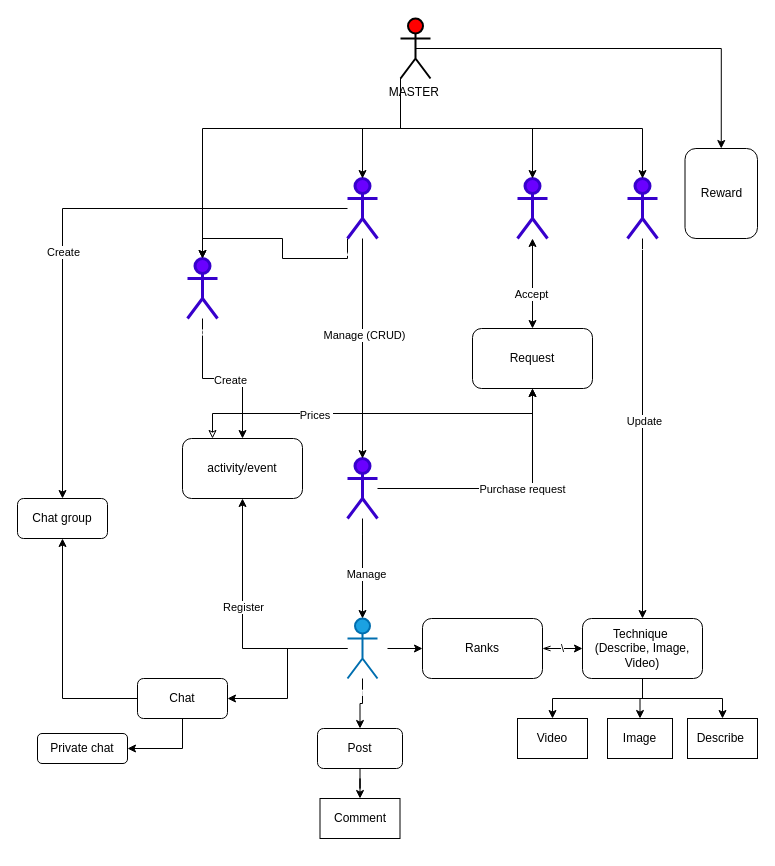
Earlier version of the draw.io diagram SDMAS-CC.drawio (710coud710/Diagram). Source tidied: cells renumbered, new cells numbered last; positions are measured from the earlier drawing's top-left corner, leaving out a move shared by most shapes. Both pictures are drawn from the tidied source at 100%, with x=0, y=0 at pixel (17, 18).
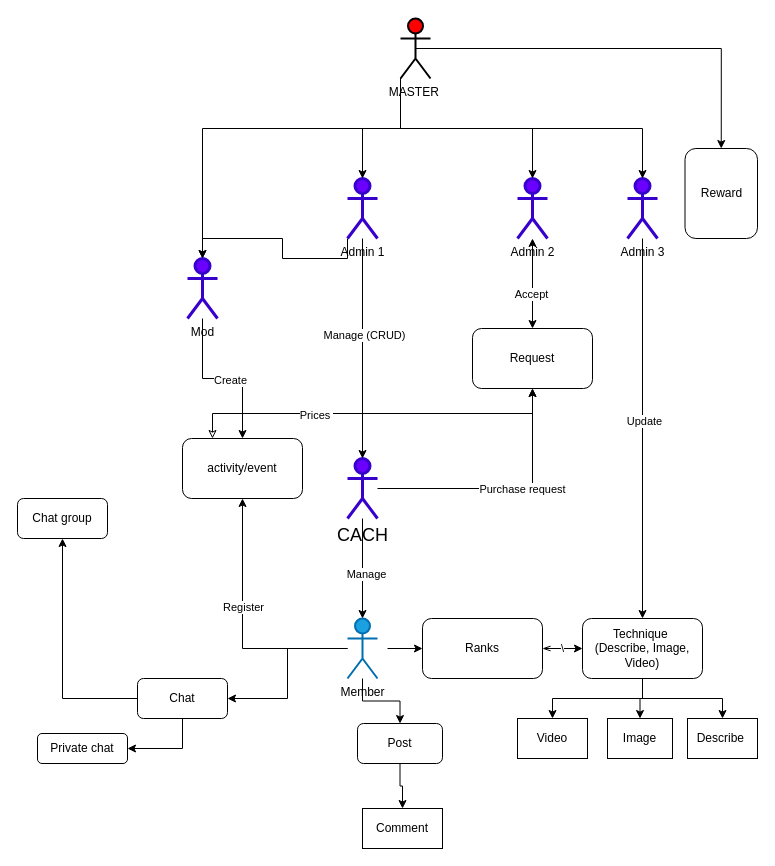
The same diagram, later.

The change refers to these unchanged cells:
```xml
<mxCell id="17" value="Chat group" style="rounded=1;whiteSpace=wrap;html=1;" parent="1" vertex="1">
  <mxGeometry y="480" width="90" height="40" as="geometry" />
</mxCell>
```

The edit, as a diff of the source:
```diff
@@
-    <mxCell id="6" value="Member" style="shape=umlActor;verticalLabelPosition=bottom;verticalAlign=top;html=1;outlineConnect=0;strokeWidth=2;fillColor=#1ba1e2;fontColor=#ffffff;strokeColor=#006EAF;" parent="1" vertex="1">
+    <mxCell id="6" value="Member" style="shape=umlActor;verticalLabelPosition=bottom;verticalAlign=top;html=1;outlineConnect=0;strokeWidth=2;fillColor=#1ba1e2;fontColor=default;strokeColor=#006EAF;" parent="1" vertex="1">
       <mxGeometry x="330" y="600" width="30" height="60" as="geometry" />
     </mxCell>
@@
     <mxCell id="11" value="Post" style="rounded=1;whiteSpace=wrap;html=1;" parent="1" vertex="1">
-      <mxGeometry x="300" y="710" width="85" height="40" as="geometry" />
+      <mxGeometry x="340" y="705" width="85" height="40" as="geometry" />
     </mxCell>
@@
-    <mxCell id="24" value="CACH" style="shape=umlActor;verticalLabelPosition=bottom;verticalAlign=top;html=1;outlineConnect=0;strokeWidth=3;fontSize=18;fontColor=#ffffff;fillColor=#6a00ff;strokeColor=#3700CC;" parent="1" vertex="1">
+    <mxCell id="24" value="CACH" style="shape=umlActor;verticalLabelPosition=bottom;verticalAlign=top;html=1;outlineConnect=0;strokeWidth=3;fontSize=18;fontColor=default;fillColor=#6a00ff;strokeColor=#3700CC;" parent="1" vertex="1">
       <mxGeometry x="330" y="440" width="30" height="60" as="geometry" />
     </mxCell>
@@
-    <mxCell id="32" value="Admin 3" style="shape=umlActor;verticalLabelPosition=bottom;verticalAlign=top;html=1;outlineConnect=0;fillColor=#6a00ff;strokeColor=#3700CC;fontColor=#ffffff;strokeWidth=3;" parent="1" vertex="1">
+    <mxCell id="32" value="Admin 3" style="shape=umlActor;verticalLabelPosition=bottom;verticalAlign=top;html=1;outlineConnect=0;fillColor=#6a00ff;strokeColor=#3700CC;fontColor=default;strokeWidth=3;" parent="1" vertex="1">
       <mxGeometry x="610" y="160" width="30" height="60" as="geometry" />
     </mxCell>
-    <mxCell id="33" style="edgeStyle=orthogonalEdgeStyle;rounded=0;jettySize=auto;html=1;" parent="1" edge="1" source="36" target="17">
-      <mxGeometry relative="1" as="geometry" />
-    </mxCell>
-    <mxCell id="34" value="Create" style="edgeLabel;html=1;align=center;verticalAlign=middle;" parent="33" vertex="1">
-      <mxGeometry x="0.14" relative="1" as="geometry" />
-    </mxCell>
@@
-    <mxCell id="36" value="Admin 1" style="shape=umlActor;verticalLabelPosition=bottom;verticalAlign=top;html=1;outlineConnect=0;fillColor=#6a00ff;strokeColor=#3700CC;fontColor=#ffffff;strokeWidth=3;" parent="1" vertex="1">
+    <mxCell id="36" value="Admin 1" style="shape=umlActor;verticalLabelPosition=bottom;verticalAlign=top;html=1;outlineConnect=0;fillColor=#6a00ff;strokeColor=#3700CC;fontColor=default;strokeWidth=3;" parent="1" vertex="1">
       <mxGeometry x="330" y="160" width="30" height="60" as="geometry" />
     </mxCell>
-    <mxCell id="37" value="Admin 2" style="shape=umlActor;verticalLabelPosition=bottom;verticalAlign=top;html=1;outlineConnect=0;fillColor=#6a00ff;strokeColor=#3700CC;fontColor=#ffffff;strokeWidth=3;" parent="1" vertex="1">
+    <mxCell id="37" value="Admin 2" style="shape=umlActor;verticalLabelPosition=bottom;verticalAlign=top;html=1;outlineConnect=0;fillColor=#6a00ff;strokeColor=#3700CC;fontColor=default;strokeWidth=3;" parent="1" vertex="1">
       <mxGeometry x="500" y="160" width="30" height="60" as="geometry" />
     </mxCell>
@@
-    <mxCell id="40" value="Mod" style="shape=umlActor;verticalLabelPosition=bottom;verticalAlign=top;html=1;outlineConnect=0;fillColor=#6a00ff;fontColor=#ffffff;strokeColor=#3700CC;strokeWidth=3;" parent="1" vertex="1">
+    <mxCell id="40" value="Mod" style="shape=umlActor;verticalLabelPosition=bottom;verticalAlign=top;html=1;outlineConnect=0;fillColor=#6a00ff;fontColor=default;strokeColor=#3700CC;strokeWidth=3;" parent="1" vertex="1">
       <mxGeometry x="170" y="240" width="30" height="60" as="geometry" />
     </mxCell>
@@
     <mxCell id="45" value="Comment" style="rounded=0;whiteSpace=wrap;html=1;" parent="1" vertex="1">
-      <mxGeometry x="302.5" y="780" width="80" height="40" as="geometry" />
+      <mxGeometry x="345" y="790" width="80" height="40" as="geometry" />
     </mxCell>
```
